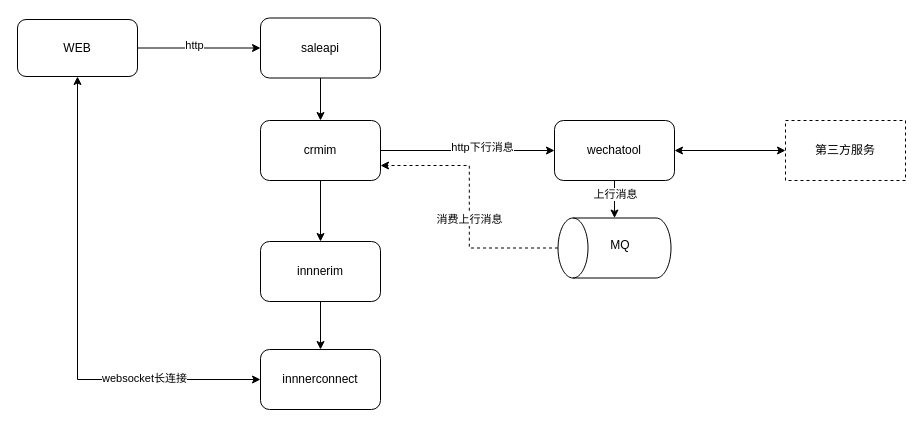
Earlier version of the draw.io diagram page "保罗现有架构" (19 of 19) of 系统架构0.drawio (joeytang/imgs). Source tidied: cells renumbered, new cells numbered last; positions are measured from the earlier drawing's top-left corner, leaving out a move shared by most shapes. Both pictures are drawn from the tidied source at 100%, with x=0, y=0 at pixel (17, 18).
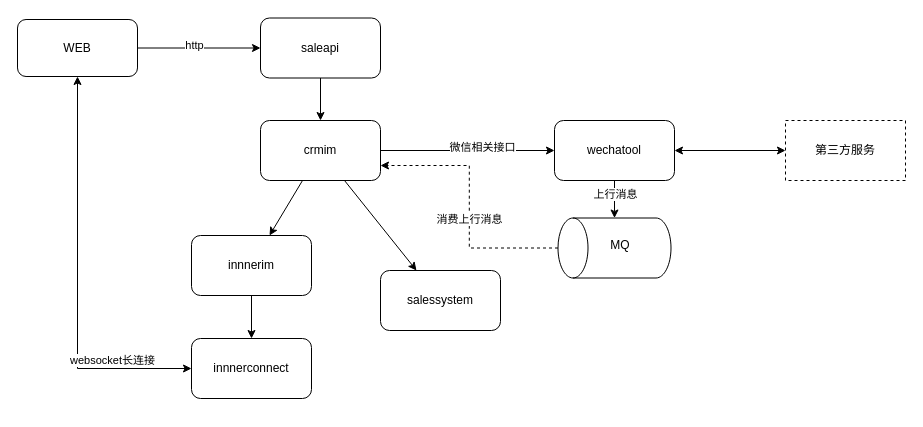
After the change.

Unchanged cells that the change refers to:
```xml
<mxCell id="6" value="WEB" style="rounded=1;whiteSpace=wrap;html=1;" parent="1" vertex="1">
  <mxGeometry y="1" width="120" height="57" as="geometry" />
</mxCell>
<mxCell id="12" style="edgeStyle=orthogonalEdgeStyle;rounded=0;jettySize=auto;html=1;startArrow=none;startFill=0;" parent="1" edge="1" source="14" target="19">
  <mxGeometry relative="1" as="geometry" />
</mxCell>
<mxCell id="14" value="crmim" style="rounded=1;whiteSpace=wrap;html=1;" parent="1" vertex="1">
  <mxGeometry x="243" y="102" width="120" height="60" as="geometry" />
</mxCell>
```

Diff of the diagram source:
```diff
@@
     <mxCell id="4" style="edgeStyle=orthogonalEdgeStyle;rounded=0;jettySize=auto;html=1;entryX=0;entryY=0.5;entryDx=0;entryDy=0;startArrow=classic;startFill=1;" parent="1" edge="1" source="6" target="15">
       <mxGeometry relative="1" as="geometry">
         <Array as="points">
-          <mxPoint x="60" y="361" />
+          <mxPoint x="60" y="350" />
         </Array>
       </mxGeometry>
     </mxCell>
@@
     <mxCell id="8" value="innnerim" style="rounded=1;whiteSpace=wrap;html=1;" parent="1" vertex="1">
-      <mxGeometry x="243" y="223" width="120" height="60" as="geometry" />
+      <mxGeometry x="174" y="217" width="120" height="60" as="geometry" />
     </mxCell>
@@
-    <mxCell id="11" style="edgeStyle=orthogonalEdgeStyle;rounded=0;jettySize=auto;html=1;" parent="1" edge="1" source="14" target="8">
+    <mxCell id="11" style="rounded=0;jettySize=auto;html=1;" parent="1" edge="1" source="14" target="8">
       <mxGeometry relative="1" as="geometry" />
     </mxCell>
@@
-    <mxCell id="13" value="http下行消息" style="edgeLabel;html=1;align=center;verticalAlign=middle;" parent="12" vertex="1">
+    <mxCell id="13" value="微信相关接口" style="edgeLabel;html=1;align=center;verticalAlign=middle;" parent="12" vertex="1">
       <mxGeometry x="0.16" y="4" relative="1" as="geometry" />
     </mxCell>
+    <mxCell id="26" style="rounded=0;jettySize=auto;html=1;startArrow=none;startFill=0;" parent="1" edge="1" source="14" target="27">
+      <mxGeometry relative="1" as="geometry" />
+    </mxCell>
@@
     <mxCell id="15" value="innnerconnect" style="rounded=1;whiteSpace=wrap;html=1;" parent="1" vertex="1">
-      <mxGeometry x="243" y="331" width="120" height="60" as="geometry" />
+      <mxGeometry x="174" y="320" width="120" height="60" as="geometry" />
     </mxCell>
@@
+    <mxCell id="27" value="salessystem" style="rounded=1;whiteSpace=wrap;html=1;" parent="1" vertex="1">
+      <mxGeometry x="363" y="252" width="120" height="60" as="geometry" />
+    </mxCell>
```
